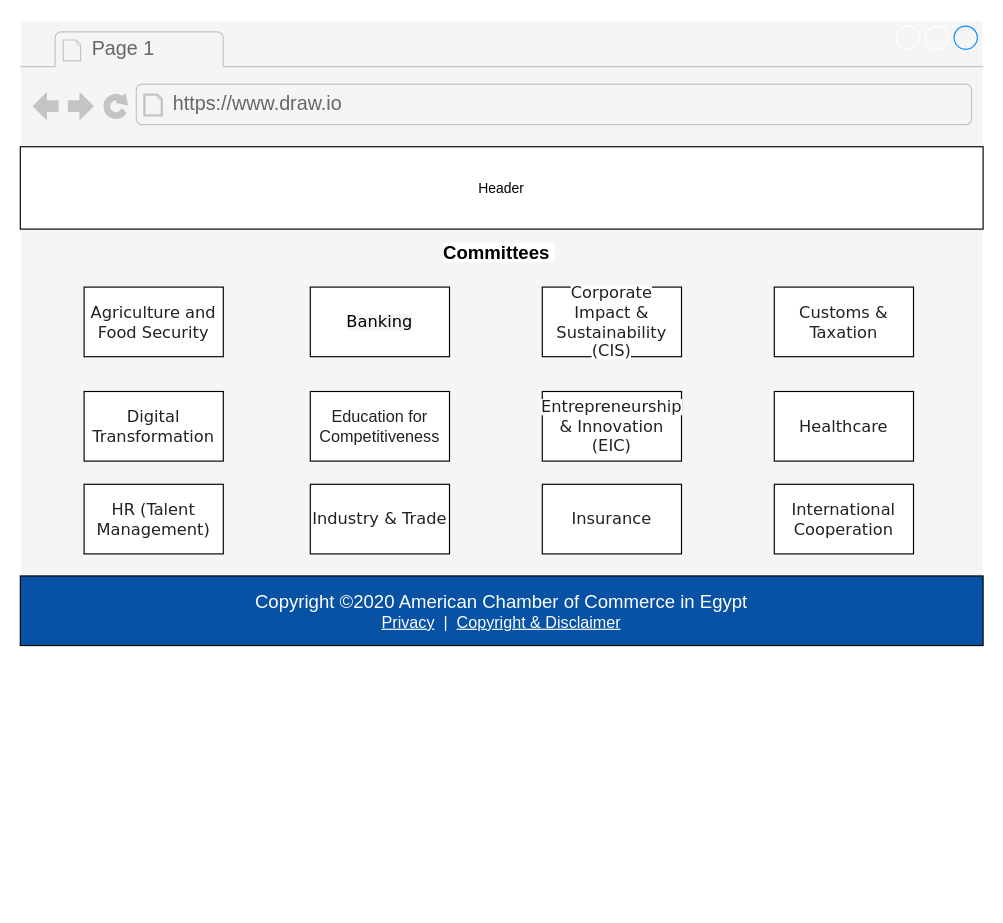
The draw.io diagram page "committees" (3 of 3) of Committee Leaders.drawio in asayedio/TrackingERD, before the edit. Source tidied: cells renumbered, new cells numbered last; positions are measured from the earlier drawing's top-left corner, leaving out a move shared by most shapes. Both pictures are drawn from the tidied source at 116%, with x=0, y=0 at pixel (20, 20). Pictures stored in the file or linked from it are replaced by grey dashed boxes.
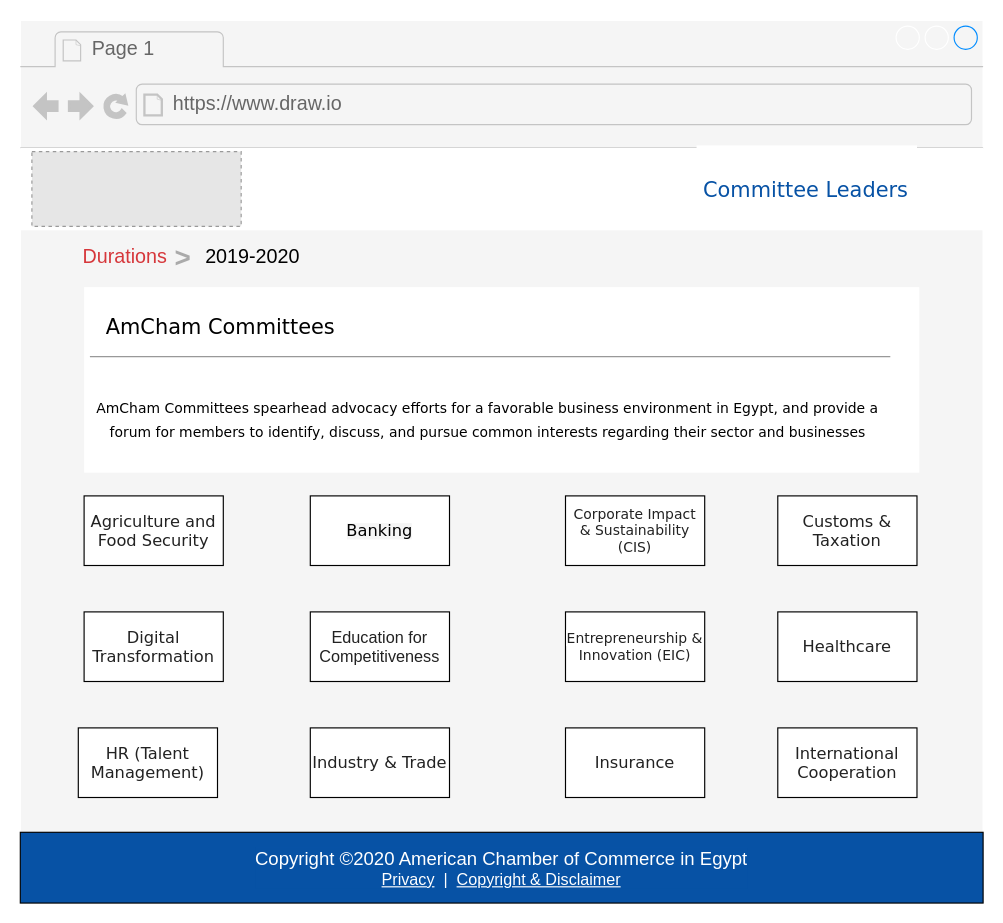
After the change.

Commit message (it also covers changes not shown here):
Finalize committees page.drawio

Change to the diagram source:
```diff
@@
     <mxCell id="2" style="strokeWidth=1;shadow=0;dashed=0;align=center;html=1;shape=mxgraph.mockup.containers.browserWindow;rSize=0;strokeColor2=#008cff;strokeColor3=#c4c4c4;mainText=,;strokeColor=#FFFFFF;fillColor=#f5f5f5;" parent="1" vertex="1">
-      <mxGeometry width="830" height="539" as="geometry" />
+      <mxGeometry width="830" height="760" as="geometry" />
     </mxCell>
@@
-    <mxCell id="5" value="Header" style="rounded=0;whiteSpace=wrap;html=1;" parent="2" vertex="1">
-      <mxGeometry y="109" width="830" height="71" as="geometry" />
-    </mxCell>
     <mxCell id="6" value="&lt;div style=&quot;box-sizing: border-box ; color: rgb(255 , 255 , 255) ; font-family: &amp;quot;source sans pro&amp;quot; ; font-size: 16px ; background-color: rgb(7 , 82 , 165)&quot;&gt;Copyright ©2020 American Chamber of Commerce in Egypt&lt;/div&gt;&lt;div class=&quot;small&quot; style=&quot;box-sizing: border-box ; font-size: 13.92px ; color: rgb(255 , 255 , 255) ; font-family: &amp;quot;source sans pro&amp;quot; ; background-color: rgb(7 , 82 , 165)&quot;&gt;&lt;a href=&quot;https://www.amcham.org.eg/privacy&quot; style=&quot;box-sizing: border-box ; background-color: transparent ; color: rgb(255 , 255 , 255)&quot;&gt;Privacy&lt;/a&gt;&amp;nbsp;&amp;nbsp;|&amp;nbsp;&amp;nbsp;&lt;a href=&quot;https://www.amcham.org.eg/copyright-disclaimer&quot; style=&quot;box-sizing: border-box ; background-color: transparent ; color: rgb(255 , 255 , 255)&quot;&gt;Copyright &amp;amp; Disclaimer&lt;/a&gt;&lt;/div&gt;" style="rounded=0;whiteSpace=wrap;html=1;fillColor=#0752a5;" parent="2" vertex="1">
-      <mxGeometry y="479" width="830" height="60" as="geometry" />
+      <mxGeometry y="700" width="830" height="61" as="geometry" />
     </mxCell>
-    <mxCell id="7" value="&lt;span style=&quot;font-family: &amp;#34;calibri&amp;#34; , sans-serif ; font-size: 16px ; background-color: rgb(255 , 255 , 255)&quot;&gt;&lt;b&gt;Committees&amp;nbsp;&lt;/b&gt;&lt;/span&gt;" style="text;html=1;strokeColor=none;fillColor=none;align=center;verticalAlign=middle;whiteSpace=wrap;rounded=0;" parent="2" vertex="1">
-      <mxGeometry x="363" y="190" width="100" height="20" as="geometry" />
-    </mxCell>
-    <mxCell id="8" value="&lt;span style=&quot;color: rgb(34 , 34 , 34) ; text-align: left ; background-color: rgb(255 , 255 , 255)&quot;&gt;&lt;font face=&quot;Verdana&quot; style=&quot;font-size: 14px&quot;&gt;Agriculture and Food Security&lt;/font&gt;&lt;/span&gt;" style="rounded=0;whiteSpace=wrap;html=1;" parent="2" vertex="1">
-      <mxGeometry x="55" y="230" width="120" height="60" as="geometry" />
+    <mxCell id="8" value="&lt;span style=&quot;color: rgb(34 , 34 , 34) ; text-align: left ; background-color: rgb(255 , 255 , 255)&quot;&gt;&lt;font face=&quot;Verdana&quot; style=&quot;font-size: 14px&quot;&gt;Agriculture and Food Security&lt;/font&gt;&lt;/span&gt;" style="rounded=0;whiteSpace=wrap;html=1;fillColor=#FFFFFF;" parent="2" vertex="1">
+      <mxGeometry x="55" y="410" width="120" height="60" as="geometry" />
     </mxCell>
     <mxCell id="9" value="&lt;span style=&quot;text-align: left ; background-color: rgb(245 , 245 , 245)&quot;&gt;&lt;font face=&quot;Verdana&quot; style=&quot;font-size: 14px&quot;&gt;Banking&lt;/font&gt;&lt;/span&gt;" style="rounded=0;whiteSpace=wrap;html=1;" parent="2" vertex="1">
-      <mxGeometry x="250" y="230" width="120" height="60" as="geometry" />
+      <mxGeometry x="250" y="410" width="120" height="60" as="geometry" />
     </mxCell>
-    <mxCell id="10" value="&lt;span style=&quot;color: rgb(34 , 34 , 34) ; text-align: left ; background-color: rgb(255 , 255 , 255)&quot;&gt;&lt;font face=&quot;Verdana&quot; style=&quot;font-size: 14px&quot;&gt;Corporate Impact &amp;amp; Sustainability (CIS)&lt;/font&gt;&lt;/span&gt;" style="rounded=0;whiteSpace=wrap;html=1;" parent="2" vertex="1">
-      <mxGeometry x="450" y="230" width="120" height="60" as="geometry" />
+    <mxCell id="10" value="&lt;span style=&quot;color: rgb(34 , 34 , 34) ; text-align: left ; background-color: rgb(255 , 255 , 255)&quot;&gt;&lt;font face=&quot;Verdana&quot; style=&quot;font-size: 12px&quot;&gt;Corporate Impact &amp;amp; Sustainability (CIS)&lt;/font&gt;&lt;/span&gt;" style="rounded=0;whiteSpace=wrap;html=1;" parent="2" vertex="1">
+      <mxGeometry x="470" y="410" width="120" height="60" as="geometry" />
     </mxCell>
     <mxCell id="11" value="&lt;span style=&quot;color: rgb(34 , 34 , 34) ; text-align: left ; background-color: rgb(255 , 255 , 255)&quot;&gt;&lt;font style=&quot;font-size: 14px&quot;&gt;Education for Competitiveness&lt;/font&gt;&lt;/span&gt;" style="rounded=0;whiteSpace=wrap;html=1;" parent="2" vertex="1">
-      <mxGeometry x="250" y="320" width="120" height="60" as="geometry" />
+      <mxGeometry x="250" y="510" width="120" height="60" as="geometry" />
     </mxCell>
     <mxCell id="12" value="&lt;span style=&quot;color: rgb(34 , 34 , 34) ; text-align: left ; background-color: rgb(255 , 255 , 255)&quot;&gt;&lt;font face=&quot;Verdana&quot; style=&quot;font-size: 14px&quot;&gt;Customs &amp;amp; Taxation&lt;/font&gt;&lt;/span&gt;" style="rounded=0;whiteSpace=wrap;html=1;" parent="2" vertex="1">
-      <mxGeometry x="650" y="230" width="120" height="60" as="geometry" />
+      <mxGeometry x="653" y="410" width="120" height="60" as="geometry" />
     </mxCell>
     <mxCell id="13" value="&lt;span style=&quot;color: rgb(34 , 34 , 34) ; text-align: left ; background-color: rgb(255 , 255 , 255)&quot;&gt;&lt;font face=&quot;Verdana&quot; style=&quot;font-size: 14px&quot;&gt;Digital Transformation&lt;/font&gt;&lt;/span&gt;" style="rounded=0;whiteSpace=wrap;html=1;" parent="2" vertex="1">
-      <mxGeometry x="55" y="320" width="120" height="60" as="geometry" />
+      <mxGeometry x="55" y="510" width="120" height="60" as="geometry" />
     </mxCell>
-    <mxCell id="14" value="&lt;span style=&quot;color: rgb(34 , 34 , 34) ; text-align: left ; background-color: rgb(255 , 255 , 255)&quot;&gt;&lt;font face=&quot;Verdana&quot; style=&quot;font-size: 14px&quot;&gt;Entrepreneurship &amp;amp; Innovation (EIC)&lt;/font&gt;&lt;/span&gt;" style="rounded=0;whiteSpace=wrap;html=1;" parent="2" vertex="1">
-      <mxGeometry x="450" y="320" width="120" height="60" as="geometry" />
+    <mxCell id="14" value="&lt;span style=&quot;color: rgb(34 , 34 , 34) ; text-align: left ; background-color: rgb(255 , 255 , 255)&quot;&gt;&lt;font face=&quot;Verdana&quot; style=&quot;font-size: 12px&quot;&gt;Entrepreneurship &amp;amp; Innovation (EIC)&lt;/font&gt;&lt;/span&gt;" style="rounded=0;whiteSpace=wrap;html=1;" parent="2" vertex="1">
+      <mxGeometry x="470" y="510" width="120" height="60" as="geometry" />
     </mxCell>
     <mxCell id="15" value="&lt;span style=&quot;color: rgb(34 , 34 , 34) ; text-align: left ; background-color: rgb(255 , 255 , 255)&quot;&gt;&lt;font style=&quot;font-size: 14px&quot; face=&quot;Verdana&quot;&gt;Healthcare&lt;/font&gt;&lt;/span&gt;" style="rounded=0;whiteSpace=wrap;html=1;" parent="2" vertex="1">
-      <mxGeometry x="650" y="320" width="120" height="60" as="geometry" />
+      <mxGeometry x="653" y="510" width="120" height="60" as="geometry" />
     </mxCell>
     <mxCell id="16" value="&lt;span style=&quot;color: rgb(34 , 34 , 34) ; text-align: left ; background-color: rgb(255 , 255 , 255)&quot;&gt;&lt;font face=&quot;Verdana&quot; style=&quot;font-size: 14px&quot;&gt;HR (Talent Management)&lt;/font&gt;&lt;/span&gt;" style="rounded=0;whiteSpace=wrap;html=1;" parent="2" vertex="1">
-      <mxGeometry x="55" y="400" width="120" height="60" as="geometry" />
+      <mxGeometry x="50" y="610" width="120" height="60" as="geometry" />
     </mxCell>
     <mxCell id="17" value="&lt;span style=&quot;color: rgb(34 , 34 , 34) ; text-align: left ; background-color: rgb(255 , 255 , 255)&quot;&gt;&lt;font style=&quot;font-size: 14px&quot; face=&quot;Verdana&quot;&gt;Industry &amp;amp; Trade&lt;/font&gt;&lt;/span&gt;" style="rounded=0;whiteSpace=wrap;html=1;" parent="2" vertex="1">
-      <mxGeometry x="250" y="400" width="120" height="60" as="geometry" />
+      <mxGeometry x="250" y="610" width="120" height="60" as="geometry" />
     </mxCell>
     <mxCell id="18" value="&lt;span style=&quot;color: rgb(34 , 34 , 34) ; text-align: left ; background-color: rgb(255 , 255 , 255)&quot;&gt;&lt;font style=&quot;font-size: 14px&quot; face=&quot;Verdana&quot;&gt;Insurance&lt;/font&gt;&lt;/span&gt;" style="rounded=0;whiteSpace=wrap;html=1;" parent="2" vertex="1">
-      <mxGeometry x="450" y="400" width="120" height="60" as="geometry" />
+      <mxGeometry x="470" y="610" width="120" height="60" as="geometry" />
     </mxCell>
     <mxCell id="19" value="&lt;span style=&quot;color: rgb(34 , 34 , 34) ; text-align: left ; background-color: rgb(255 , 255 , 255)&quot;&gt;&lt;font face=&quot;Verdana&quot; style=&quot;font-size: 14px&quot;&gt;International Cooperation&lt;/font&gt;&lt;/span&gt;" style="rounded=0;whiteSpace=wrap;html=1;" parent="2" vertex="1">
-      <mxGeometry x="650" y="400" width="120" height="60" as="geometry" />
+      <mxGeometry x="653" y="610" width="120" height="60" as="geometry" />
     </mxCell>
+    <mxCell id="20" value="&lt;font color=&quot;#d6373b&quot; style=&quot;font-weight: normal&quot;&gt;Durations&lt;/font&gt;" style="strokeWidth=1;shadow=0;dashed=0;align=center;html=1;shape=mxgraph.mockup.navigation.anchor;fontSize=17;fontColor=#666666;fontStyle=1;sketch=0;fillColor=#f5f5f5;gradientColor=none;" parent="2" vertex="1">
+      <mxGeometry x="60" y="190" width="60" height="30" as="geometry" />
+    </mxCell>
+    <mxCell id="21" value="&gt;" style="strokeWidth=1;shadow=0;dashed=0;align=center;html=1;shape=mxgraph.mockup.navigation.anchor;fontSize=24;fontColor=#aaaaaa;fontStyle=1;sketch=0;fillColor=#f5f5f5;gradientColor=none;" parent="2" vertex="1">
+      <mxGeometry x="130" y="190" width="20" height="30" as="geometry" />
+    </mxCell>
+    <mxCell id="22" value="&lt;font color=&quot;#000000&quot; style=&quot;font-weight: normal&quot;&gt;2019-2020&lt;/font&gt;" style="strokeWidth=1;shadow=0;dashed=0;align=center;html=1;shape=mxgraph.mockup.navigation.anchor;fontSize=17;fontColor=#008cff;fontStyle=1;sketch=0;fillColor=#f5f5f5;gradientColor=none;" parent="2" vertex="1">
+      <mxGeometry x="170" y="190" width="60" height="30" as="geometry" />
+    </mxCell>
+    <mxCell id="23" value="&lt;h1&gt;&lt;br&gt;&lt;/h1&gt;" style="rounded=0;whiteSpace=wrap;html=1;strokeColor=none;" parent="2" vertex="1">
+      <mxGeometry y="110" width="830" height="71" as="geometry" />
+    </mxCell>
+    <mxCell id="24" style="fillColor=#E6E6E6;strokeColor=#999999;dashed=1;html=1;verticalAlign=top;verticalLabelPosition=bottom;labelBackgroundColor=#ffffff;" parent="2" vertex="1">
+      <mxGeometry x="10" y="113.2" width="180.4" height="64.5" as="geometry" />
+    </mxCell>
+    <mxCell id="25" value="&lt;font face=&quot;Verdana&quot;&gt;&lt;font style=&quot;font-size: 18px&quot;&gt;&amp;nbsp; &amp;nbsp;&lt;br&gt;&amp;nbsp; &amp;nbsp;AmCham Committees&lt;/font&gt; &lt;br&gt;&lt;br&gt;&lt;br&gt;&lt;br&gt;&amp;nbsp; &amp;nbsp;&lt;/font&gt;" style="text;spacingTop=-5;whiteSpace=wrap;html=1;align=left;fontSize=12;fontFamily=Helvetica;strokeColor=none;shadow=0;sketch=0;fillColor=#ffffff;" parent="2" vertex="1">
+      <mxGeometry x="55" y="230" width="720" height="160" as="geometry" />
+    </mxCell>
+    <mxCell id="26" style="verticalLabelPosition=bottom;shadow=0;dashed=0;align=center;html=1;verticalAlign=top;strokeWidth=1;shape=mxgraph.mockup.markup.line;strokeColor=#999999;sketch=0;fillColor=#f5f5f5;gradientColor=none;" parent="2" vertex="1">
+      <mxGeometry x="60" y="280" width="690" height="20" as="geometry" />
+    </mxCell>
+    <mxCell id="27" value="&lt;font style=&quot;font-size: 12px&quot;&gt;&lt;span style=&quot;color: rgb(0 , 0 , 0) ; font-family: &amp;#34;verdana&amp;#34;&quot;&gt;AmCham Committees spearhead advocacy efforts for a favorable business environment in Egypt, and provide a&amp;nbsp; &amp;nbsp; &amp;nbsp; &amp;nbsp;&lt;/span&gt;&lt;br style=&quot;color: rgb(0 , 0 , 0) ; font-family: &amp;#34;verdana&amp;#34;&quot;&gt;&lt;span style=&quot;color: rgb(0 , 0 , 0) ; font-family: &amp;#34;verdana&amp;#34;&quot;&gt;&amp;nbsp; &amp;nbsp;forum for members to identify, discuss, and pursue common interests regarding their sector and businesses&lt;/span&gt;&lt;/font&gt;" style="strokeWidth=1;shadow=0;dashed=0;align=left;html=1;shape=mxgraph.mockup.text.textBox;fontColor=#666666;align=left;fontSize=17;spacingLeft=4;spacingTop=-3;mainText=;sketch=0;fillColor=#ffffff;gradientColor=none;strokeColor=none;" parent="2" vertex="1">
+      <mxGeometry x="60" y="320" width="680" height="50" as="geometry" />
+    </mxCell>
+    <mxCell id="28" value="&lt;h1 style=&quot;color: rgb(0 , 0 , 0) ; text-align: center&quot;&gt;&lt;font face=&quot;Verdana&quot; color=&quot;#0752a5&quot; style=&quot;font-size: 18px ; font-weight: normal&quot;&gt;Committee Leaders&lt;/font&gt;&lt;/h1&gt;" style="strokeWidth=1;shadow=0;dashed=0;align=center;html=1;shape=mxgraph.mockup.text.textBox;fontColor=#666666;align=left;fontSize=17;spacingLeft=4;spacingTop=-3;mainText=;sketch=0;gradientColor=none;fillColor=#FFFFFF;strokeColor=none;" parent="2" vertex="1">
+      <mxGeometry x="583" y="107.8" width="190" height="70" as="geometry" />
+    </mxCell>
```
